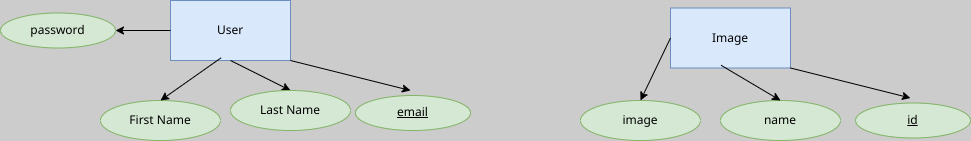
pairOfPants/umbc-gps keeps this draw.io diagram as ER.png. Above is the earlier version. Source tidied: cells renumbered, new cells last; positions are measured from the earlier drawing's top-left corner, leaving out a move shared by most shapes. Source of this version:
```xml
<mxGraphModel background="#CCCCCC">
  <root>
    <mxCell id="0" />
    <mxCell id="1" parent="0" />
    <mxCell id="2" value="User" style="rounded=0;whiteSpace=wrap;html=1;fillColor=#dae8fc;strokeColor=#6c8ebf;" parent="1" vertex="1">
      <mxGeometry x="170" width="120" height="60" as="geometry" />
    </mxCell>
    <mxCell id="3" style="endArrow=classic;html=1;exitX=0.5;exitY=1;exitDx=0;exitDy=0;entryX=0.5;entryY=0;entryDx=0;entryDy=0;" parent="1" edge="1" source="2" target="4">
      <mxGeometry relative="1" as="geometry" />
    </mxCell>
    <mxCell id="4" value="Last Name" style="ellipse;whiteSpace=wrap;html=1;fillColor=#d5e8d4;strokeColor=#82b366;" parent="1" vertex="1">
      <mxGeometry x="230" y="90" width="120" height="40" as="geometry" />
    </mxCell>
    <mxCell id="5" value="First Name" style="ellipse;whiteSpace=wrap;html=1;fillColor=#d5e8d4;strokeColor=#82b366;" parent="1" vertex="1">
      <mxGeometry x="100" y="100" width="120" height="40" as="geometry" />
    </mxCell>
    <mxCell id="6" style="endArrow=classic;html=1;exitX=0.422;exitY=0.955;exitDx=0;exitDy=0;exitPerimeter=0;" parent="1" edge="1" source="2">
      <mxGeometry relative="1" as="geometry">
        <mxPoint x="160" y="100" as="targetPoint" />
      </mxGeometry>
    </mxCell>
    <mxCell id="7" value="&lt;u&gt;email&lt;/u&gt;" style="ellipse;whiteSpace=wrap;html=1;fillColor=#d5e8d4;strokeColor=#82b366;" parent="1" vertex="1">
      <mxGeometry x="355" y="95" width="115" height="35" as="geometry" />
    </mxCell>
    <mxCell id="8" style="endArrow=classic;html=1;exitX=1;exitY=1;exitDx=0;exitDy=0;entryX=0.5;entryY=0;entryDx=0;entryDy=0;" parent="1" edge="1" source="2">
      <mxGeometry relative="1" as="geometry">
        <mxPoint x="410" y="90" as="targetPoint" />
      </mxGeometry>
    </mxCell>
    <mxCell id="9" value="password" style="ellipse;whiteSpace=wrap;html=1;fillColor=#d5e8d4;strokeColor=#82b366;" parent="1" vertex="1">
      <mxGeometry y="12.5" width="115" height="35" as="geometry" />
    </mxCell>
    <mxCell id="10" style="endArrow=classic;html=1;exitX=0;exitY=0.5;exitDx=0;exitDy=0;entryX=1;entryY=0.5;entryDx=0;entryDy=0;" parent="1" edge="1" source="2" target="9">
      <mxGeometry relative="1" as="geometry" />
    </mxCell>
    <mxCell id="11" value="Image" style="rounded=0;whiteSpace=wrap;html=1;fillColor=#dae8fc;strokeColor=#6c8ebf;" parent="1" vertex="1">
      <mxGeometry x="670" y="7.5" width="120" height="60" as="geometry" />
    </mxCell>
    <mxCell id="12" value="name" style="ellipse;whiteSpace=wrap;html=1;fillColor=#d5e8d4;strokeColor=#82b366;" parent="1" vertex="1">
      <mxGeometry x="720" y="100" width="120" height="40" as="geometry" />
    </mxCell>
    <mxCell id="13" style="endArrow=classic;html=1;exitX=0.422;exitY=0.955;exitDx=0;exitDy=0;exitPerimeter=0;entryX=0.5;entryY=0;entryDx=0;entryDy=0;" parent="1" edge="1" source="11" target="12">
      <mxGeometry relative="1" as="geometry" />
    </mxCell>
    <mxCell id="14" value="&lt;u&gt;id&lt;/u&gt;" style="ellipse;whiteSpace=wrap;html=1;fillColor=#d5e8d4;strokeColor=#82b366;" parent="1" vertex="1">
      <mxGeometry x="855" y="102.5" width="115" height="35" as="geometry" />
    </mxCell>
    <mxCell id="15" style="endArrow=classic;html=1;exitX=1;exitY=1;exitDx=0;exitDy=0;entryX=0.5;entryY=0;entryDx=0;entryDy=0;" parent="1" edge="1" source="11">
      <mxGeometry relative="1" as="geometry">
        <mxPoint x="910" y="97.5" as="targetPoint" />
      </mxGeometry>
    </mxCell>
    <mxCell id="16" value="image" style="ellipse;whiteSpace=wrap;html=1;fillColor=#d5e8d4;strokeColor=#82b366;" parent="1" vertex="1">
      <mxGeometry x="580" y="100" width="120" height="40" as="geometry" />
    </mxCell>
    <mxCell id="17" style="endArrow=classic;html=1;exitX=0;exitY=0.5;exitDx=0;exitDy=0;" parent="1" edge="1" source="11">
      <mxGeometry relative="1" as="geometry">
        <mxPoint x="640" y="100" as="targetPoint" />
      </mxGeometry>
    </mxCell>
  </root>
</mxGraphModel>
```
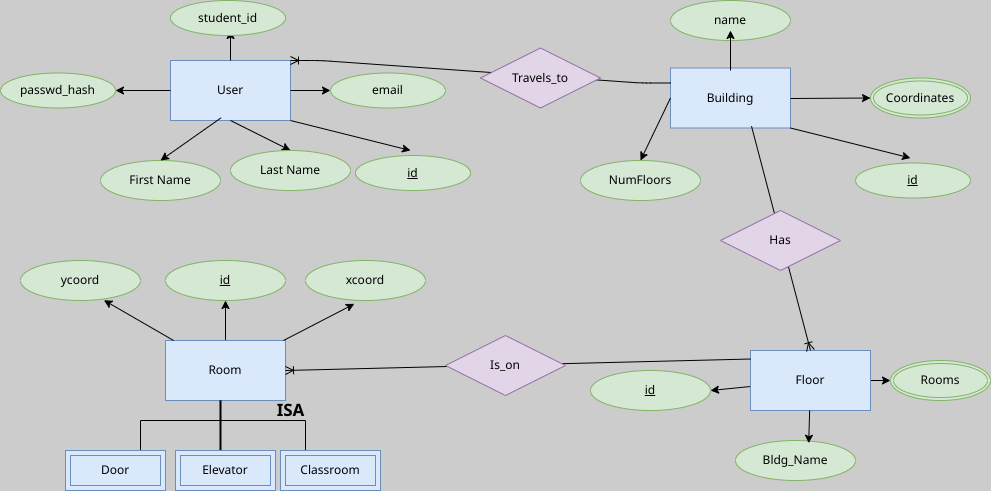
After the change.

Diff of the diagram source:
```diff
@@ -19,7 +19,7 @@
         <mxPoint x="160" y="100" as="targetPoint" />
       </mxGeometry>
     </mxCell>
-    <mxCell id="7" value="&lt;u&gt;email&lt;/u&gt;" style="ellipse;whiteSpace=wrap;html=1;fillColor=#d5e8d4;strokeColor=#82b366;" parent="1" vertex="1">
+    <mxCell id="7" value="&lt;u&gt;id&lt;/u&gt;" style="ellipse;whiteSpace=wrap;html=1;fillColor=#d5e8d4;strokeColor=#82b366;" parent="1" vertex="1">
       <mxGeometry x="355" y="95" width="115" height="35" as="geometry" />
     </mxCell>
     <mxCell id="8" style="endArrow=classic;html=1;exitX=1;exitY=1;exitDx=0;exitDy=0;entryX=0.5;entryY=0;entryDx=0;entryDy=0;" parent="1" edge="1" source="2">
@@ -27,20 +27,23 @@
         <mxPoint x="410" y="90" as="targetPoint" />
       </mxGeometry>
     </mxCell>
-    <mxCell id="9" value="password" style="ellipse;whiteSpace=wrap;html=1;fillColor=#d5e8d4;strokeColor=#82b366;" parent="1" vertex="1">
+    <mxCell id="9" value="passwd_hash" style="ellipse;whiteSpace=wrap;html=1;fillColor=#d5e8d4;strokeColor=#82b366;" parent="1" vertex="1">
       <mxGeometry y="12.5" width="115" height="35" as="geometry" />
     </mxCell>
     <mxCell id="10" style="endArrow=classic;html=1;exitX=0;exitY=0.5;exitDx=0;exitDy=0;entryX=1;entryY=0.5;entryDx=0;entryDy=0;" parent="1" edge="1" source="2" target="9">
       <mxGeometry relative="1" as="geometry" />
     </mxCell>
-    <mxCell id="11" value="Image" style="rounded=0;whiteSpace=wrap;html=1;fillColor=#dae8fc;strokeColor=#6c8ebf;" parent="1" vertex="1">
+    <mxCell id="11" value="Building" style="rounded=0;whiteSpace=wrap;html=1;fillColor=#dae8fc;strokeColor=#6c8ebf;" parent="1" vertex="1">
       <mxGeometry x="670" y="7.5" width="120" height="60" as="geometry" />
     </mxCell>
     <mxCell id="12" value="name" style="ellipse;whiteSpace=wrap;html=1;fillColor=#d5e8d4;strokeColor=#82b366;" parent="1" vertex="1">
-      <mxGeometry x="720" y="100" width="120" height="40" as="geometry" />
+      <mxGeometry x="670" y="-60" width="120" height="40" as="geometry" />
     </mxCell>
-    <mxCell id="13" style="endArrow=classic;html=1;exitX=0.422;exitY=0.955;exitDx=0;exitDy=0;exitPerimeter=0;entryX=0.5;entryY=0;entryDx=0;entryDy=0;" parent="1" edge="1" source="11" target="12">
-      <mxGeometry relative="1" as="geometry" />
+    <mxCell id="13" style="endArrow=classic;html=1;" parent="1" edge="1">
+      <mxGeometry relative="1" as="geometry">
+        <mxPoint x="730" y="10" as="sourcePoint" />
+        <mxPoint x="730" y="-30" as="targetPoint" />
+      </mxGeometry>
     </mxCell>
     <mxCell id="14" value="&lt;u&gt;id&lt;/u&gt;" style="ellipse;whiteSpace=wrap;html=1;fillColor=#d5e8d4;strokeColor=#82b366;" parent="1" vertex="1">
       <mxGeometry x="855" y="102.5" width="115" height="35" as="geometry" />
@@ -50,7 +53,7 @@
         <mxPoint x="910" y="97.5" as="targetPoint" />
       </mxGeometry>
     </mxCell>
-    <mxCell id="16" value="image" style="ellipse;whiteSpace=wrap;html=1;fillColor=#d5e8d4;strokeColor=#82b366;" parent="1" vertex="1">
+    <mxCell id="16" value="NumFloors" style="ellipse;whiteSpace=wrap;html=1;fillColor=#d5e8d4;strokeColor=#82b366;" parent="1" vertex="1">
       <mxGeometry x="580" y="100" width="120" height="40" as="geometry" />
     </mxCell>
     <mxCell id="17" style="endArrow=classic;html=1;exitX=0;exitY=0.5;exitDx=0;exitDy=0;" parent="1" edge="1" source="11">
@@ -58,5 +61,112 @@
         <mxPoint x="640" y="100" as="targetPoint" />
       </mxGeometry>
     </mxCell>
+    <mxCell id="18" value="email" style="ellipse;whiteSpace=wrap;html=1;fillColor=#d5e8d4;strokeColor=#82b366;" parent="1" vertex="1">
+      <mxGeometry x="330" y="12.5" width="115" height="35" as="geometry" />
+    </mxCell>
+    <mxCell id="19" style="endArrow=classic;html=1;exitX=1;exitY=0.5;exitDx=0;exitDy=0;entryX=0;entryY=0.5;entryDx=0;entryDy=0;" parent="1" edge="1" source="2" target="18">
+      <mxGeometry relative="1" as="geometry" />
+    </mxCell>
+    <mxCell id="20" style="endArrow=classic;html=1;exitX=0.5;exitY=0;exitDx=0;exitDy=0;" parent="1" edge="1" source="2">
+      <mxGeometry relative="1" as="geometry">
+        <mxPoint x="230" y="-30" as="targetPoint" />
+      </mxGeometry>
+    </mxCell>
+    <mxCell id="21" value="student_id" style="ellipse;whiteSpace=wrap;html=1;fillColor=#d5e8d4;strokeColor=#82b366;" parent="1" vertex="1">
+      <mxGeometry x="170" y="-60" width="115" height="35" as="geometry" />
+    </mxCell>
+    <mxCell id="22" value="Coordinates" style="ellipse;shape=doubleEllipse;margin=3;whiteSpace=wrap;html=1;align=center;fillColor=#d5e8d4;strokeColor=#82b366;" parent="1" vertex="1">
+      <mxGeometry x="870" y="17.5" width="100" height="40" as="geometry" />
+    </mxCell>
+    <mxCell id="23" style="endArrow=classic;html=1;exitX=1;exitY=1;exitDx=0;exitDy=0;entryX=0;entryY=0.5;entryDx=0;entryDy=0;" parent="1" edge="1" target="22">
+      <mxGeometry relative="1" as="geometry">
+        <mxPoint x="790" y="38" as="sourcePoint" />
+      </mxGeometry>
+    </mxCell>
+    <mxCell id="24" style="edgeStyle=entityRelationEdgeStyle;fontSize=12;html=1;endArrow=ERoneToMany;entryX=1;entryY=0;entryDx=0;entryDy=0;exitX=0;exitY=0.25;exitDx=0;exitDy=0;" parent="1" edge="1" source="11" target="2">
+      <mxGeometry relative="1" as="geometry">
+        <Array as="points">
+          <mxPoint x="540" y="60" />
+        </Array>
+      </mxGeometry>
+    </mxCell>
+    <mxCell id="25" style="edgeStyle=none;html=1;entryX=1;entryY=0.5;entryDx=0;entryDy=0;" parent="1" edge="1" source="27" target="28">
+      <mxGeometry relative="1" as="geometry" />
+    </mxCell>
+    <mxCell id="26" style="edgeStyle=none;html=1;" parent="1" edge="1" source="27" target="30">
+      <mxGeometry relative="1" as="geometry" />
+    </mxCell>
+    <mxCell id="27" value="Floor" style="rounded=0;whiteSpace=wrap;html=1;fillColor=#dae8fc;strokeColor=#6c8ebf;" parent="1" vertex="1">
+      <mxGeometry x="750" y="290" width="120" height="60" as="geometry" />
+    </mxCell>
+    <mxCell id="28" value="&lt;u&gt;id&lt;/u&gt;" style="ellipse;whiteSpace=wrap;html=1;fillColor=#d5e8d4;strokeColor=#82b366;" parent="1" vertex="1">
+      <mxGeometry x="590" y="310" width="120" height="40" as="geometry" />
+    </mxCell>
+    <mxCell id="29" value="Bldg_Name" style="ellipse;whiteSpace=wrap;html=1;fillColor=#d5e8d4;strokeColor=#82b366;" parent="1" vertex="1">
+      <mxGeometry x="735" y="380" width="120" height="40" as="geometry" />
+    </mxCell>
+    <mxCell id="30" value="Rooms" style="ellipse;shape=doubleEllipse;margin=3;whiteSpace=wrap;html=1;align=center;fillColor=#d5e8d4;strokeColor=#82b366;" parent="1" vertex="1">
+      <mxGeometry x="890" y="300" width="100" height="40" as="geometry" />
+    </mxCell>
+    <mxCell id="31" style="edgeStyle=none;html=1;entryX=0.61;entryY=0.068;entryDx=0;entryDy=0;entryPerimeter=0;" parent="1" edge="1" source="27" target="29">
+      <mxGeometry relative="1" as="geometry" />
+    </mxCell>
+    <mxCell id="32" value="Travels_to" style="shape=rhombus;perimeter=rhombusPerimeter;whiteSpace=wrap;html=1;align=center;fillColor=#e1d5e7;strokeColor=#9673a6;" parent="1" vertex="1">
+      <mxGeometry x="480" y="-12.5" width="120" height="60" as="geometry" />
+    </mxCell>
+    <mxCell id="33" style="fontSize=12;html=1;endArrow=ERoneToMany;entryX=0.5;entryY=0;entryDx=0;entryDy=0;exitX=0.675;exitY=0.97;exitDx=0;exitDy=0;exitPerimeter=0;" parent="1" edge="1" source="11" target="27">
+      <mxGeometry relative="1" as="geometry" />
+    </mxCell>
+    <mxCell id="34" value="Has" style="shape=rhombus;perimeter=rhombusPerimeter;whiteSpace=wrap;html=1;align=center;fillColor=#e1d5e7;strokeColor=#9673a6;" parent="1" vertex="1">
+      <mxGeometry x="720" y="150" width="120" height="60" as="geometry" />
+    </mxCell>
+    <mxCell id="35" style="edgeStyle=none;html=1;" parent="1" edge="1" source="36" target="39">
+      <mxGeometry relative="1" as="geometry" />
+    </mxCell>
+    <mxCell id="36" value="Room" style="rounded=0;whiteSpace=wrap;html=1;fillColor=#dae8fc;strokeColor=#6c8ebf;" parent="1" vertex="1">
+      <mxGeometry x="165" y="280" width="120" height="60" as="geometry" />
+    </mxCell>
+    <mxCell id="37" value="ycoord" style="ellipse;whiteSpace=wrap;html=1;fillColor=#d5e8d4;strokeColor=#82b366;" parent="1" vertex="1">
+      <mxGeometry x="20" y="200" width="120" height="40" as="geometry" />
+    </mxCell>
+    <mxCell id="38" value="xcoord" style="ellipse;whiteSpace=wrap;html=1;fillColor=#d5e8d4;strokeColor=#82b366;" parent="1" vertex="1">
+      <mxGeometry x="305" y="200" width="120" height="40" as="geometry" />
+    </mxCell>
+    <mxCell id="39" value="&lt;u&gt;id&lt;/u&gt;" style="ellipse;whiteSpace=wrap;html=1;fillColor=#d5e8d4;strokeColor=#82b366;" parent="1" vertex="1">
+      <mxGeometry x="165" y="200" width="120" height="40" as="geometry" />
+    </mxCell>
+    <mxCell id="40" style="edgeStyle=none;html=1;entryX=0.695;entryY=0.993;entryDx=0;entryDy=0;entryPerimeter=0;" parent="1" edge="1" source="36" target="37">
+      <mxGeometry relative="1" as="geometry" />
+    </mxCell>
+    <mxCell id="41" style="edgeStyle=none;html=1;entryX=0.407;entryY=1.084;entryDx=0;entryDy=0;entryPerimeter=0;" parent="1" edge="1" source="36" target="38">
+      <mxGeometry relative="1" as="geometry" />
+    </mxCell>
+    <mxCell id="42" style="shape=partialRectangle;whiteSpace=wrap;html=1;bottom=0;right=0;fillColor=none;" parent="1" vertex="1">
+      <mxGeometry x="140" y="360" width="80" height="30" as="geometry" />
+    </mxCell>
+    <mxCell id="43" style="shape=partialRectangle;whiteSpace=wrap;html=1;bottom=0;right=0;fillColor=none;flipH=1;" parent="1" vertex="1">
+      <mxGeometry x="220" y="360" width="85" height="30" as="geometry" />
+    </mxCell>
+    <mxCell id="44" style="line;strokeWidth=2;direction=south;html=1;" parent="1" vertex="1">
+      <mxGeometry x="160" y="340" width="120" height="60" as="geometry" />
+    </mxCell>
+    <mxCell id="45" value="Door" style="shape=ext;margin=3;double=1;whiteSpace=wrap;html=1;align=center;fillColor=#dae8fc;strokeColor=#6c8ebf;" parent="1" vertex="1">
+      <mxGeometry x="65" y="390" width="100" height="40" as="geometry" />
+    </mxCell>
+    <mxCell id="46" value="Elevator" style="shape=ext;margin=3;double=1;whiteSpace=wrap;html=1;align=center;fillColor=#dae8fc;strokeColor=#6c8ebf;" parent="1" vertex="1">
+      <mxGeometry x="175" y="390" width="100" height="40" as="geometry" />
+    </mxCell>
+    <mxCell id="47" value="Classroom" style="shape=ext;margin=3;double=1;whiteSpace=wrap;html=1;align=center;fillColor=#dae8fc;strokeColor=#6c8ebf;" parent="1" vertex="1">
+      <mxGeometry x="280" y="390" width="100" height="40" as="geometry" />
+    </mxCell>
+    <mxCell id="48" style="fontSize=12;html=1;endArrow=ERoneToMany;entryX=1;entryY=0.5;entryDx=0;entryDy=0;exitX=0.001;exitY=0.142;exitDx=0;exitDy=0;exitPerimeter=0;" parent="1" edge="1" source="27" target="36">
+      <mxGeometry relative="1" as="geometry" />
+    </mxCell>
+    <mxCell id="49" value="Is_on" style="shape=rhombus;perimeter=rhombusPerimeter;whiteSpace=wrap;html=1;align=center;fillColor=#e1d5e7;strokeColor=#9673a6;" parent="1" vertex="1">
+      <mxGeometry x="445" y="275" width="120" height="60" as="geometry" />
+    </mxCell>
+    <mxCell id="50" value="&lt;b&gt;ISA&lt;/b&gt;" style="text;html=1;align=center;verticalAlign=middle;strokeColor=none;fillColor=none;fontSize=17;" parent="1" vertex="1">
+      <mxGeometry x="265" y="335" width="50" height="30" as="geometry" />
+    </mxCell>
   </root>
 </mxGraphModel>
```
